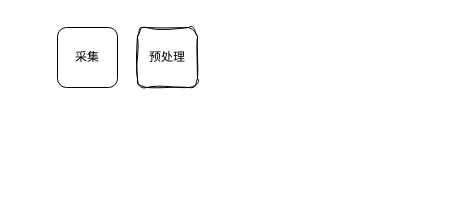
The draw.io diagram draw.io/other.drawio in AAAirFox/aaairfox.github.io, before the edit. Source tidied: cells renumbered, new cells numbered last; positions are measured from the earlier drawing's top-left corner, leaving out a move shared by most shapes. Both pictures are drawn from the tidied source at 100%, with x=0, y=0 at pixel (57, 27).
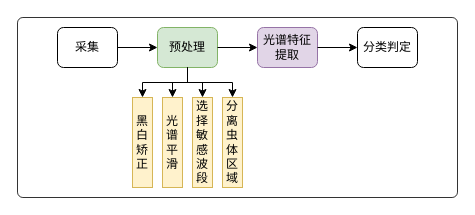
The same diagram, later.

The edit, as a diff of the source:
```diff
@@
 <mxGraphModel>
   <root>
     <mxCell id="0" />
     <mxCell id="1" parent="0" />
+    <mxCell id="4" style="rounded=1;whiteSpace=wrap;html=1;opacity=80;glass=0;arcSize=3;" parent="1" vertex="1">
+      <mxGeometry x="-40" y="-10" width="440" height="180" as="geometry" />
+    </mxCell>
     <mxCell id="2" value="采集" style="rounded=1;whiteSpace=wrap;html=1;" parent="1" vertex="1">
-      <mxGeometry width="60" height="60" as="geometry" />
+      <mxGeometry width="60" height="40" as="geometry" />
     </mxCell>
-    <mxCell id="3" value="预处理" style="rounded=1;whiteSpace=wrap;html=1;sketch=1;curveFitting=1;jiggle=2;" parent="1" vertex="1">
-      <mxGeometry x="80" width="60" height="60" as="geometry" />
+    <mxCell id="3" value="预处理" style="rounded=1;whiteSpace=wrap;html=1;fillColor=#d5e8d4;strokeColor=#82b366;" parent="1" vertex="1">
+      <mxGeometry x="100" width="60" height="40" as="geometry" />
     </mxCell>
+    <mxCell id="5" value="光谱特征&lt;div&gt;提取&lt;/div&gt;" style="rounded=1;whiteSpace=wrap;html=1;fillColor=#e1d5e7;strokeColor=#9673a6;" parent="1" vertex="1">
+      <mxGeometry x="200" width="60" height="40" as="geometry" />
+    </mxCell>
+    <mxCell id="6" value="分类判定" style="rounded=1;whiteSpace=wrap;html=1;" parent="1" vertex="1">
+      <mxGeometry x="300" width="60" height="40" as="geometry" />
+    </mxCell>
+    <mxCell id="7" value="黑白矫正" style="rounded=0;whiteSpace=wrap;html=1;fillColor=#fff2cc;strokeColor=#d6b656;" parent="1" vertex="1">
+      <mxGeometry x="75" y="70" width="20" height="90" as="geometry" />
+    </mxCell>
+    <mxCell id="8" value="光谱平滑" style="rounded=0;whiteSpace=wrap;html=1;fillColor=#fff2cc;strokeColor=#d6b656;" parent="1" vertex="1">
+      <mxGeometry x="105" y="70" width="20" height="90" as="geometry" />
+    </mxCell>
+    <mxCell id="9" value="选择敏感波段" style="rounded=0;whiteSpace=wrap;html=1;fillColor=#fff2cc;strokeColor=#d6b656;" parent="1" vertex="1">
+      <mxGeometry x="135" y="70" width="20" height="90" as="geometry" />
+    </mxCell>
+    <mxCell id="10" value="分离虫体区域" style="rounded=0;whiteSpace=wrap;html=1;fillColor=#fff2cc;strokeColor=#d6b656;" parent="1" vertex="1">
+      <mxGeometry x="165" y="70" width="20" height="90" as="geometry" />
+    </mxCell>
+    <mxCell id="11" style="endArrow=classic;html=1;rounded=0;exitX=1;exitY=0.5;exitDx=0;exitDy=0;entryX=0;entryY=0.5;entryDx=0;entryDy=0;" parent="1" edge="1" source="2" target="3">
+      <mxGeometry relative="1" as="geometry" />
+    </mxCell>
+    <mxCell id="12" style="endArrow=classic;html=1;rounded=0;exitX=1;exitY=0.5;exitDx=0;exitDy=0;entryX=0;entryY=0.5;entryDx=0;entryDy=0;" parent="1" edge="1" source="3" target="5">
+      <mxGeometry relative="1" as="geometry" />
+    </mxCell>
+    <mxCell id="13" style="endArrow=classic;html=1;rounded=0;exitX=1;exitY=0.5;exitDx=0;exitDy=0;entryX=0;entryY=0.5;entryDx=0;entryDy=0;" parent="1" edge="1" source="5" target="6">
+      <mxGeometry relative="1" as="geometry" />
+    </mxCell>
+    <mxCell id="14" style="endArrow=classic;html=1;rounded=0;exitX=0.5;exitY=1;exitDx=0;exitDy=0;entryX=0.5;entryY=0;entryDx=0;entryDy=0;edgeStyle=orthogonalEdgeStyle;" parent="1" edge="1" source="3" target="7">
+      <mxGeometry relative="1" as="geometry" />
+    </mxCell>
+    <mxCell id="15" style="endArrow=classic;html=1;rounded=0;exitX=0.5;exitY=1;exitDx=0;exitDy=0;entryX=0.5;entryY=0;entryDx=0;entryDy=0;edgeStyle=orthogonalEdgeStyle;" parent="1" edge="1" source="3" target="9">
+      <mxGeometry relative="1" as="geometry" />
+    </mxCell>
+    <mxCell id="16" style="endArrow=classic;html=1;rounded=0;exitX=0.5;exitY=1;exitDx=0;exitDy=0;entryX=0.5;entryY=0;entryDx=0;entryDy=0;edgeStyle=orthogonalEdgeStyle;" parent="1" edge="1" source="3" target="8">
+      <mxGeometry relative="1" as="geometry" />
+    </mxCell>
+    <mxCell id="17" style="endArrow=classic;html=1;rounded=0;entryX=0.5;entryY=0;entryDx=0;entryDy=0;exitX=0.5;exitY=1;exitDx=0;exitDy=0;edgeStyle=orthogonalEdgeStyle;" parent="1" edge="1" source="3" target="10">
+      <mxGeometry relative="1" as="geometry" />
+    </mxCell>
   </root>
 </mxGraphModel>
```
